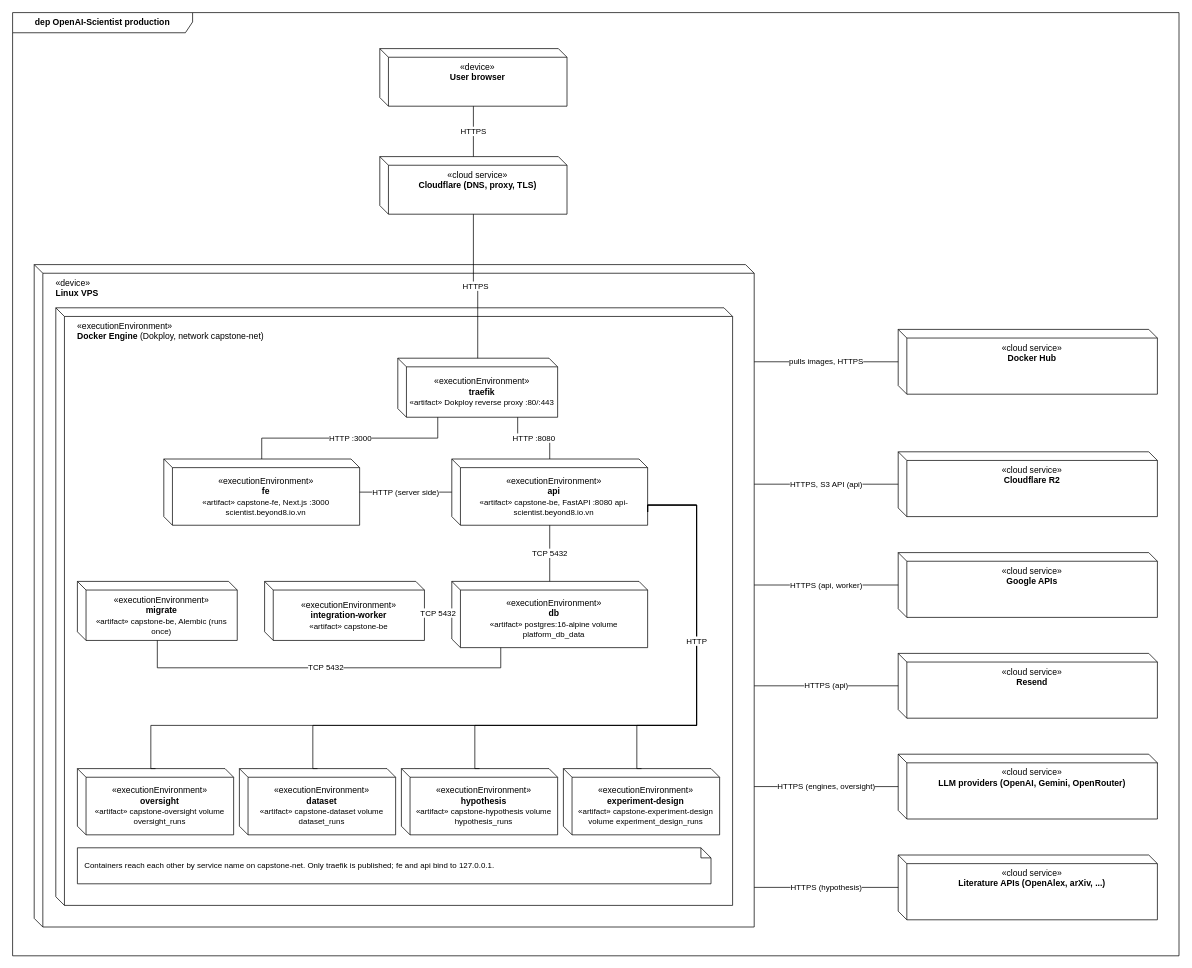
This is diagrams/04-system-overview/Deployment-Diagram-Production.drawio from openai-scientist/docs, a draw.io file, before an edit. Source tidied: cells renumbered, new cells numbered last; positions are measured from the earlier drawing's top-left corner, leaving out a move shared by most shapes. Both pictures are drawn from the tidied source at 72%, with x=0, y=0 at pixel (12, 12).
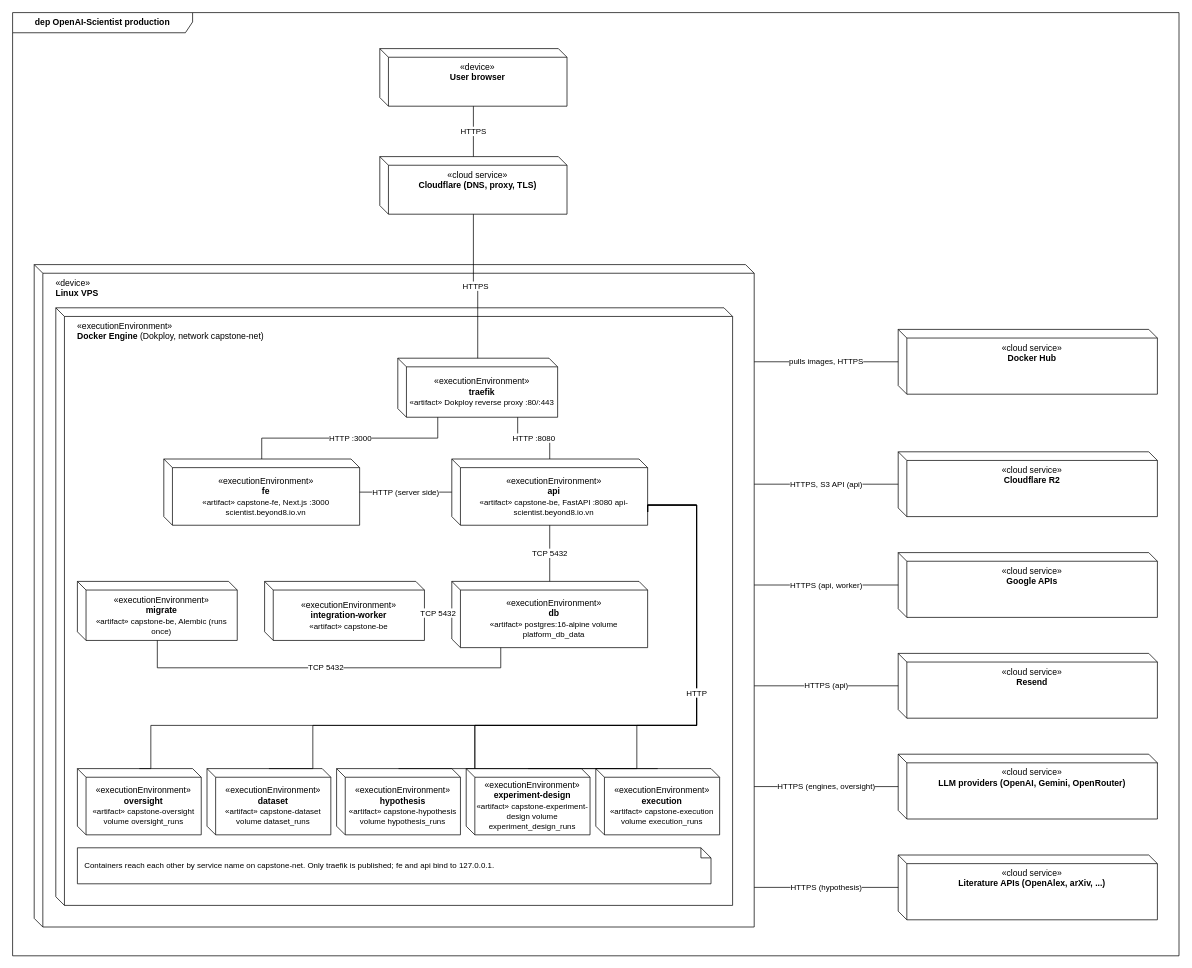
The same page after the edit.

The change refers to these unchanged cells:
```xml
<mxCell id="9" value="«executionEnvironment»&lt;br&gt;&lt;b&gt;api&lt;/b&gt;&lt;br&gt;&lt;font style=&quot;font-size:11px&quot;&gt;«artifact» capstone-be, FastAPI :8080 api-scientist.beyond8.io.vn&lt;/font&gt;" style="fontFamily=Arial;fontSize=12;html=1;whiteSpace=wrap;shape=cube;size=12;boundedLbl=1;backgroundOutline=1;verticalAlign=middle;align=center;fillColor=#ffffff;strokeColor=#000000;" parent="1" vertex="1">
  <mxGeometry x="610" y="620" width="272" height="92" as="geometry" />
</mxCell>
```

What changed in the source:
```diff
@@
     <mxCell id="13" value="«executionEnvironment»&lt;br&gt;&lt;b&gt;oversight&lt;/b&gt;&lt;br&gt;&lt;font style=&quot;font-size:11px&quot;&gt;«artifact» capstone-oversight volume oversight_runs&lt;/font&gt;" style="fontFamily=Arial;fontSize=12;html=1;whiteSpace=wrap;shape=cube;size=12;boundedLbl=1;backgroundOutline=1;verticalAlign=middle;align=center;fillColor=#ffffff;strokeColor=#000000;" parent="1" vertex="1">
-      <mxGeometry x="90" y="1050" width="217" height="92" as="geometry" />
+      <mxGeometry x="90" y="1050" width="172" height="92" as="geometry" />
     </mxCell>
     <mxCell id="14" value="«executionEnvironment»&lt;br&gt;&lt;b&gt;dataset&lt;/b&gt;&lt;br&gt;&lt;font style=&quot;font-size:11px&quot;&gt;«artifact» capstone-dataset volume dataset_runs&lt;/font&gt;" style="fontFamily=Arial;fontSize=12;html=1;whiteSpace=wrap;shape=cube;size=12;boundedLbl=1;backgroundOutline=1;verticalAlign=middle;align=center;fillColor=#ffffff;strokeColor=#000000;" parent="1" vertex="1">
-      <mxGeometry x="315" y="1050" width="217" height="92" as="geometry" />
+      <mxGeometry x="270" y="1050" width="172" height="92" as="geometry" />
     </mxCell>
     <mxCell id="15" value="«executionEnvironment»&lt;br&gt;&lt;b&gt;hypothesis&lt;/b&gt;&lt;br&gt;&lt;font style=&quot;font-size:11px&quot;&gt;«artifact» capstone-hypothesis volume hypothesis_runs&lt;/font&gt;" style="fontFamily=Arial;fontSize=12;html=1;whiteSpace=wrap;shape=cube;size=12;boundedLbl=1;backgroundOutline=1;verticalAlign=middle;align=center;fillColor=#ffffff;strokeColor=#000000;" parent="1" vertex="1">
-      <mxGeometry x="540" y="1050" width="217" height="92" as="geometry" />
+      <mxGeometry x="450" y="1050" width="172" height="92" as="geometry" />
     </mxCell>
     <mxCell id="16" value="«executionEnvironment»&lt;br&gt;&lt;b&gt;experiment-design&lt;/b&gt;&lt;br&gt;&lt;font style=&quot;font-size:11px&quot;&gt;«artifact» capstone-experiment-design volume experiment_design_runs&lt;/font&gt;" style="fontFamily=Arial;fontSize=12;html=1;whiteSpace=wrap;shape=cube;size=12;boundedLbl=1;backgroundOutline=1;verticalAlign=middle;align=center;fillColor=#ffffff;strokeColor=#000000;" parent="1" vertex="1">
-      <mxGeometry x="765" y="1050" width="217" height="92" as="geometry" />
+      <mxGeometry x="630" y="1050" width="172" height="92" as="geometry" />
     </mxCell>
+    <mxCell id="42" value="«executionEnvironment»&lt;br&gt;&lt;b&gt;execution&lt;/b&gt;&lt;br&gt;&lt;font style=&quot;font-size:11px&quot;&gt;«artifact» capstone-execution volume execution_runs&lt;/font&gt;" style="fontFamily=Arial;fontSize=12;html=1;whiteSpace=wrap;shape=cube;size=12;boundedLbl=1;backgroundOutline=1;verticalAlign=middle;align=center;fillColor=#ffffff;strokeColor=#000000;" parent="1" vertex="1">
+      <mxGeometry x="810" y="1050" width="172" height="92" as="geometry" />
+    </mxCell>
@@
+    <mxCell id="43" style="edgeStyle=orthogonalEdgeStyle;rounded=0;html=1;fontFamily=Arial;fontSize=11;strokeColor=#000000;labelBackgroundColor=#ffffff;exitX=1;exitY=0.8;exitDx=0;exitDy=0;entryX=0.5;entryY=0;entryDx=0;entryDy=0;endArrow=none;" parent="1" edge="1" source="9" target="42">
+      <mxGeometry relative="1" as="geometry">
+        <Array as="points">
+          <mxPoint x="950" y="684" />
+          <mxPoint x="950" y="990" />
+          <mxPoint x="642" y="990" />
+        </Array>
+      </mxGeometry>
+    </mxCell>
```
